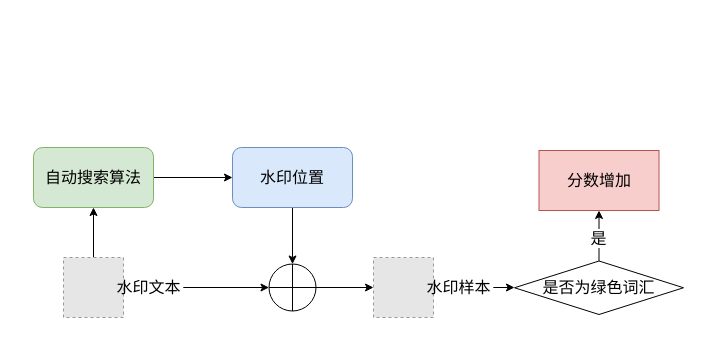
The draw.io diagram d3.drawio in Icathian-Rain/process_maps, before the edit. Source tidied: cells renumbered, new cells numbered last; positions are measured from the earlier drawing's top-left corner, leaving out a move shared by most shapes. Both pictures are drawn from the tidied source at 100%, with x=0, y=0 at pixel (33, 147). Pictures stored in the file or linked from it are replaced by grey dashed boxes.
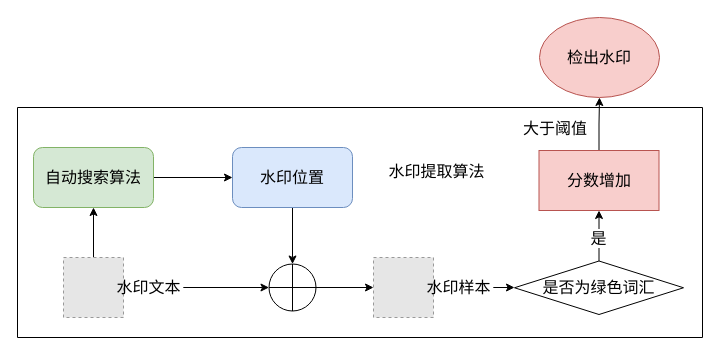
After the change.

Unchanged cells that the change refers to:
```xml
<mxCell id="18" value="分数增加" style="whiteSpace=wrap;html=1;fontSize=16;fillColor=#f8cecc;strokeColor=#b85450;" parent="1" vertex="1">
  <mxGeometry x="505.5" y="3" width="120" height="60" as="geometry" />
</mxCell>
```

The edit, as a diff of the source:
```diff
@@
+    <mxCell id="19" style="edgeStyle=orthogonalEdgeStyle;rounded=0;jettySize=auto;html=1;exitX=0.5;exitY=0;exitDx=0;exitDy=0;entryX=0.5;entryY=1;entryDx=0;entryDy=0;fontSize=16;" parent="1" edge="1" source="18" target="23">
+      <mxGeometry relative="1" as="geometry" />
+    </mxCell>
@@
+    <mxCell id="20" style="swimlane;startSize=0;fontSize=16;" parent="1" vertex="1">
+      <mxGeometry x="-16" y="-40" width="685" height="230" as="geometry" />
+    </mxCell>
+    <mxCell id="21" value="水印提取算法" style="text;html=1;align=center;verticalAlign=middle;whiteSpace=wrap;rounded=0;fontSize=16;" parent="20" vertex="1">
+      <mxGeometry x="368" y="49" width="103" height="30" as="geometry" />
+    </mxCell>
+    <mxCell id="22" value="大于阈值" style="text;html=1;align=center;verticalAlign=middle;whiteSpace=wrap;rounded=0;fontSize=16;" parent="20" vertex="1">
+      <mxGeometry x="496" y="6" width="84" height="30" as="geometry" />
+    </mxCell>
+    <mxCell id="23" value="检出水印" style="ellipse;whiteSpace=wrap;html=1;fillColor=#f8cecc;strokeColor=#b85450;fontSize=16;" parent="1" vertex="1">
+      <mxGeometry x="506" y="-130" width="120" height="80" as="geometry" />
+    </mxCell>
```
